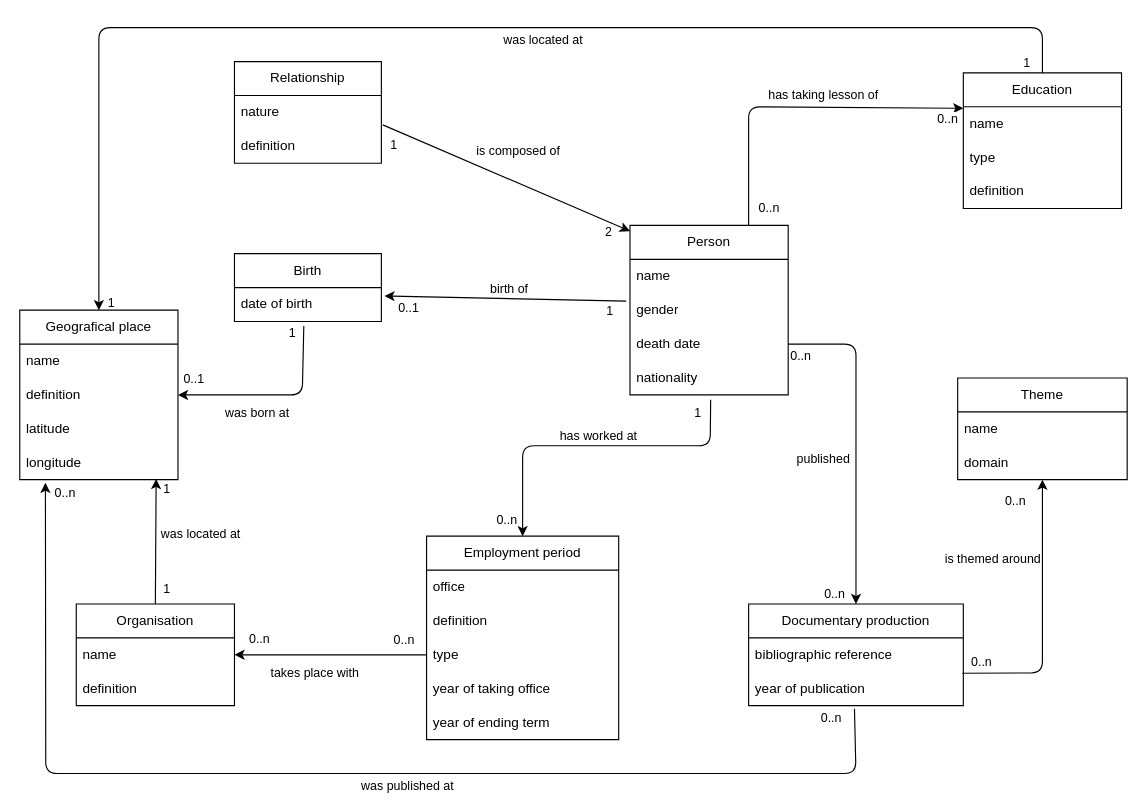
Before: archivist.drawio in mroylem/archivist, a draw.io diagram. Source tidied: cells renumbered, new cells numbered last; positions are measured from the earlier drawing's top-left corner, leaving out a move shared by most shapes. Both pictures are drawn from the tidied source at 113%, with x=0, y=0 at pixel (19, 27).
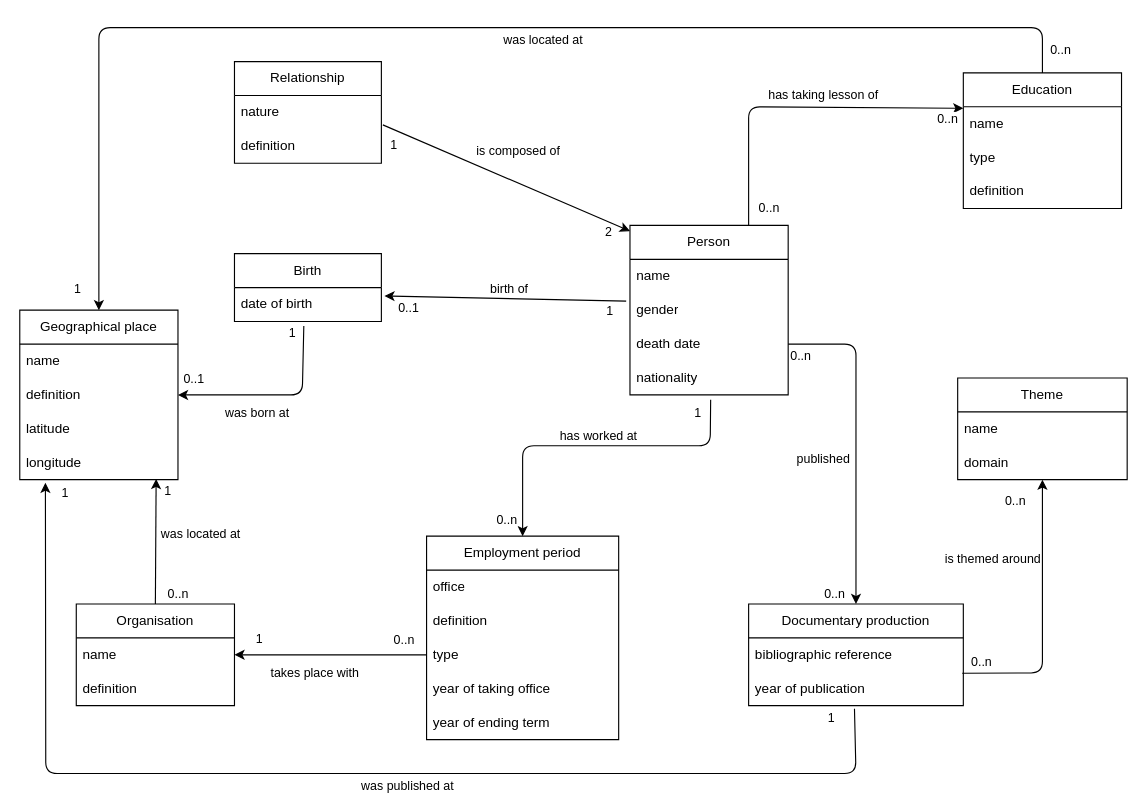
After the change.

Commit message (it also covers changes not shown here):
modification drawio + base de donnée

Unchanged cells that the change refers to:
```xml
<mxCell id="22" style="edgeStyle=none;html=1;entryX=0.5;entryY=0;entryDx=0;entryDy=0;exitX=0.5;exitY=0;exitDx=0;exitDy=0;" parent="1" edge="1" source="18">
  <mxGeometry relative="1" as="geometry">
    <mxPoint x="70" y="250" as="targetPoint" />
    <Array as="points">
      <mxPoint x="905" />
      <mxPoint x="70" />
      <mxPoint x="70" y="20" />
      <mxPoint x="70" y="120" />
    </Array>
  </mxGeometry>
</mxCell>
<mxCell id="61" style="endArrow=classic;html=1;exitX=0.493;exitY=1.089;exitDx=0;exitDy=0;exitPerimeter=0;entryX=0.162;entryY=1.089;entryDx=0;entryDy=0;entryPerimeter=0;" parent="1" edge="1" source="38" target="47">
  <mxGeometry relative="1" as="geometry">
    <Array as="points">
      <mxPoint x="740" y="660" />
      <mxPoint x="23" y="660" />
    </Array>
  </mxGeometry>
</mxCell>
<mxCell id="65" style="edgeStyle=none;html=1;exitX=0.5;exitY=0;exitDx=0;exitDy=0;entryX=0.862;entryY=0.978;entryDx=0;entryDy=0;entryPerimeter=0;" parent="1" edge="1" source="69" target="47">
  <mxGeometry relative="1" as="geometry" />
</mxCell>
<mxCell id="72" style="edgeStyle=none;html=1;exitX=0;exitY=0.5;exitDx=0;exitDy=0;entryX=1;entryY=0.5;entryDx=0;entryDy=0;" parent="1" edge="1" source="29" target="70">
  <mxGeometry relative="1" as="geometry" />
</mxCell>
```

The edit, as a diff of the source:
```diff
@@
-    <mxCell id="23" value="1" style="edgeLabel;html=1;align=center;verticalAlign=middle;" parent="22" vertex="1">
+    <mxCell id="23" value="0..n" style="edgeLabel;html=1;align=center;verticalAlign=middle;" parent="22" vertex="1">
       <mxGeometry x="0.81" y="-1" relative="1" as="geometry">
-        <mxPoint x="11" y="100" as="offset" />
+        <mxPoint x="851" y="-124" as="offset" />
       </mxGeometry>
     </mxCell>
     <mxCell id="24" value="1" style="edgeLabel;html=1;align=center;verticalAlign=middle;" parent="22" vertex="1">
       <mxGeometry x="-0.81" y="-2" relative="1" as="geometry">
-        <mxPoint x="52" y="32" as="offset" />
+        <mxPoint x="-788" y="232" as="offset" />
       </mxGeometry>
     </mxCell>
@@
-    <mxCell id="43" value="Geografical place" style="swimlane;fontStyle=0;horizontal=1;startSize=30;whiteSpace=wrap;html=1;" parent="1" vertex="1">
+    <mxCell id="43" value="Geographical place" style="swimlane;fontStyle=0;horizontal=1;startSize=30;whiteSpace=wrap;html=1;" parent="1" vertex="1">
       <mxGeometry y="250" width="140" height="150" as="geometry" />
     </mxCell>
@@
-    <mxCell id="63" value="0..n" style="edgeLabel;html=1;align=center;verticalAlign=middle;" parent="61" vertex="1">
+    <mxCell id="63" value="1" style="edgeLabel;html=1;align=center;verticalAlign=middle;" parent="61" vertex="1">
       <mxGeometry x="0.66" y="-1" relative="1" as="geometry">
         <mxPoint x="16" y="-167" as="offset" />
       </mxGeometry>
     </mxCell>
-    <mxCell id="64" value="0..n" style="edgeLabel;html=1;align=center;verticalAlign=middle;" parent="61" vertex="1">
+    <mxCell id="64" value="1" style="edgeLabel;html=1;align=center;verticalAlign=middle;" parent="61" vertex="1">
       <mxGeometry x="-0.84" y="-1" relative="1" as="geometry">
         <mxPoint x="3" y="-49" as="offset" />
       </mxGeometry>
     </mxCell>
@@
     <mxCell id="67" value="1" style="edgeLabel;html=1;align=center;verticalAlign=middle;" parent="65" vertex="1">
       <mxGeometry x="-0.77" y="1" relative="1" as="geometry">
-        <mxPoint x="10" as="offset" />
+        <mxPoint x="11" y="-87" as="offset" />
       </mxGeometry>
     </mxCell>
-    <mxCell id="68" value="1" style="edgeLabel;html=1;align=center;verticalAlign=middle;" parent="65" vertex="1">
+    <mxCell id="68" value="0..n" style="edgeLabel;html=1;align=center;verticalAlign=middle;" parent="65" vertex="1">
       <mxGeometry x="0.6" y="-2" relative="1" as="geometry">
-        <mxPoint x="7" y="-14" as="offset" />
+        <mxPoint x="17" y="79" as="offset" />
       </mxGeometry>
     </mxCell>
@@
-    <mxCell id="75" value="0..n" style="edgeLabel;html=1;align=center;verticalAlign=middle;" parent="72" vertex="1">
+    <mxCell id="75" value="1" style="edgeLabel;html=1;align=center;verticalAlign=middle;" parent="72" vertex="1">
       <mxGeometry x="0.72" y="-1" relative="1" as="geometry">
         <mxPoint x="-3" y="-14" as="offset" />
       </mxGeometry>
     </mxCell>
```
